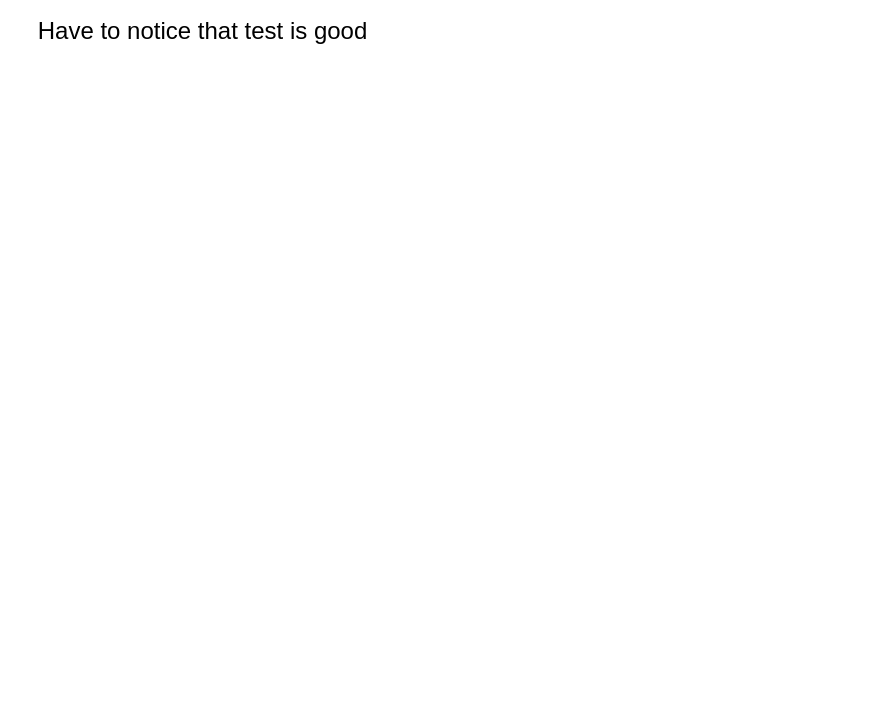
Above: page "Perl test" (2 of 3) of setup.drawio in VidarHUN/test-rtpengine (draw.io), before the change. Source tidied: cells renumbered, new cells numbered last; positions are measured from the earlier drawing's top-left corner, leaving out a move shared by most shapes. Both pictures are drawn from the tidied source at 100%, with x=0, y=0 at pixel (27, 21).
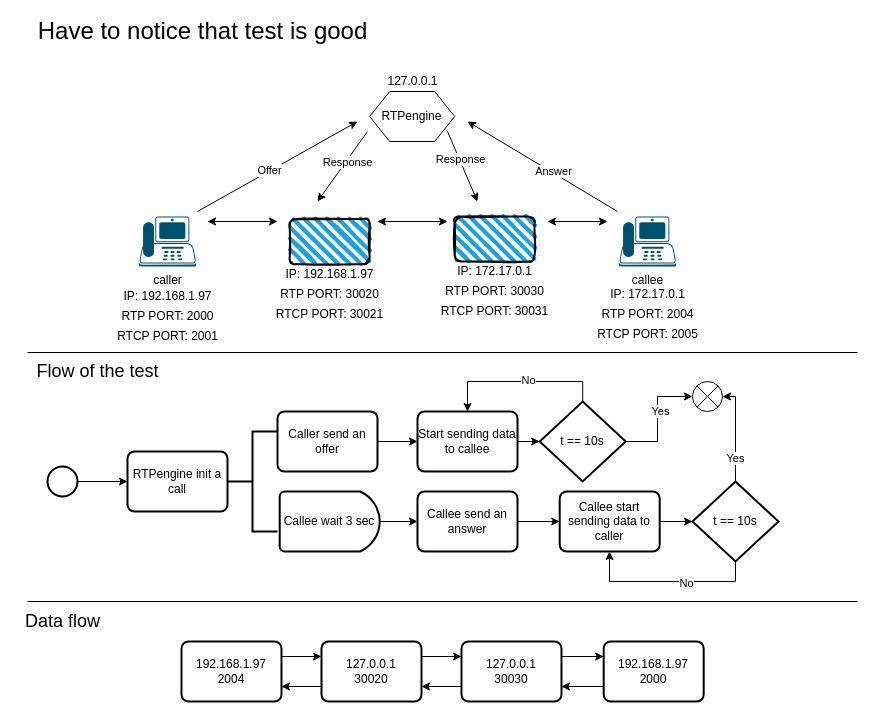
The same diagram, later.

Diff of the diagram source:
```diff
@@
+    <mxCell id="3" value="caller" style="verticalLabelPosition=bottom;html=1;verticalAlign=top;align=center;shape=mxgraph.cisco19.ip_phone;fillColor=#005073;strokeColor=none;" parent="1" vertex="1">
+      <mxGeometry x="111.2" y="195" width="57.5" height="50" as="geometry" />
+    </mxCell>
+    <mxCell id="4" value="callee" style="verticalLabelPosition=bottom;html=1;verticalAlign=top;align=center;shape=mxgraph.cisco19.ip_phone;fillColor=#005073;strokeColor=none;" parent="1" vertex="1">
+      <mxGeometry x="591.2" y="195" width="57.5" height="50" as="geometry" />
+    </mxCell>
+    <mxCell id="5" style="rounded=1;whiteSpace=wrap;html=1;strokeWidth=2;fillWeight=4;hachureGap=8;hachureAngle=45;fillColor=#1ba1e2;sketch=1;" parent="1" vertex="1">
+      <mxGeometry x="262.2" y="197.5" width="80" height="45" as="geometry" />
+    </mxCell>
+    <mxCell id="6" style="rounded=1;whiteSpace=wrap;html=1;strokeWidth=2;fillWeight=4;hachureGap=8;hachureAngle=45;fillColor=#1ba1e2;sketch=1;" parent="1" vertex="1">
+      <mxGeometry x="427.2" y="195" width="80" height="45" as="geometry" />
+    </mxCell>
+    <mxCell id="7" value="IP:&amp;nbsp;192.168.1.97" style="text;html=1;align=center;verticalAlign=middle;" parent="1" vertex="1">
+      <mxGeometry x="90" y="265" width="100" height="20" as="geometry" />
+    </mxCell>
+    <mxCell id="8" value="RTP PORT: 2000" style="text;html=1;align=center;verticalAlign=middle;" parent="1" vertex="1">
+      <mxGeometry x="85" y="285" width="110" height="20" as="geometry" />
+    </mxCell>
+    <mxCell id="9" value="IP: 192.168.1.97" style="text;html=1;align=center;verticalAlign=middle;" parent="1" vertex="1">
+      <mxGeometry x="252.2" y="242.5" width="100" height="20" as="geometry" />
+    </mxCell>
+    <mxCell id="10" value="RTP PORT: 30020" style="text;html=1;align=center;verticalAlign=middle;" parent="1" vertex="1">
+      <mxGeometry x="247.2" y="262.5" width="110" height="20" as="geometry" />
+    </mxCell>
+    <mxCell id="11" value="RTCP PORT: 30021" style="text;html=1;align=center;verticalAlign=middle;" parent="1" vertex="1">
+      <mxGeometry x="242.2" y="282.5" width="120" height="20" as="geometry" />
+    </mxCell>
+    <mxCell id="12" value="RTCP PORT: 2001" style="text;html=1;align=center;verticalAlign=middle;" parent="1" vertex="1">
+      <mxGeometry x="80" y="305" width="120" height="20" as="geometry" />
+    </mxCell>
+    <mxCell id="13" value="IP:&amp;nbsp;172.17.0.1" style="text;html=1;align=center;verticalAlign=middle;" parent="1" vertex="1">
+      <mxGeometry x="575" y="262.5" width="90" height="20" as="geometry" />
+    </mxCell>
+    <mxCell id="14" value="RTP PORT: 2004" style="text;html=1;align=center;verticalAlign=middle;" parent="1" vertex="1">
+      <mxGeometry x="565" y="282.5" width="110" height="20" as="geometry" />
+    </mxCell>
+    <mxCell id="15" value="RTCP PORT: 2005" style="text;html=1;align=center;verticalAlign=middle;" parent="1" vertex="1">
+      <mxGeometry x="560" y="302.5" width="120" height="20" as="geometry" />
+    </mxCell>
+    <mxCell id="16" value="IP:&amp;nbsp;172.17.0.1" style="text;html=1;align=center;verticalAlign=middle;" parent="1" vertex="1">
+      <mxGeometry x="422.2" y="240" width="90" height="20" as="geometry" />
+    </mxCell>
+    <mxCell id="17" value="RTP PORT: 30030" style="text;html=1;align=center;verticalAlign=middle;" parent="1" vertex="1">
+      <mxGeometry x="412.2" y="260" width="110" height="20" as="geometry" />
+    </mxCell>
+    <mxCell id="18" value="RTCP PORT: 30031" style="text;html=1;align=center;verticalAlign=middle;" parent="1" vertex="1">
+      <mxGeometry x="407.2" y="280" width="120" height="20" as="geometry" />
+    </mxCell>
+    <mxCell id="19" value="RTPengine" style="shape=hexagon;perimeter=hexagonPerimeter2;whiteSpace=wrap;html=1;fixedSize=1;" parent="1" vertex="1">
+      <mxGeometry x="342.2" y="70" width="85" height="50" as="geometry" />
+    </mxCell>
+    <mxCell id="20" value="127.0.0.1" style="text;html=1;align=center;verticalAlign=middle;" parent="1" vertex="1">
+      <mxGeometry x="349.8" y="50" width="70" height="20" as="geometry" />
+    </mxCell>
+    <mxCell id="21" style="endArrow=classic;html=1;" parent="1" edge="1">
+      <mxGeometry relative="1" as="geometry">
+        <mxPoint x="170" y="190" as="sourcePoint" />
+        <mxPoint x="330" y="100" as="targetPoint" />
+      </mxGeometry>
+    </mxCell>
+    <mxCell id="22" value="Offer" style="edgeLabel;html=1;align=center;verticalAlign=middle;" parent="21" vertex="1">
+      <mxGeometry x="-0.1" y="1" relative="1" as="geometry" />
+    </mxCell>
+    <mxCell id="23" style="endArrow=classic;html=1;" parent="1" edge="1">
+      <mxGeometry relative="1" as="geometry">
+        <mxPoint x="590" y="190" as="sourcePoint" />
+        <mxPoint x="440" y="100" as="targetPoint" />
+      </mxGeometry>
+    </mxCell>
+    <mxCell id="24" value="Answer" style="edgeLabel;html=1;align=center;verticalAlign=middle;" parent="23" vertex="1">
+      <mxGeometry x="-0.13" y="-2" relative="1" as="geometry" />
+    </mxCell>
+    <mxCell id="25" style="endArrow=classic;html=1;" parent="1" edge="1">
+      <mxGeometry relative="1" as="geometry">
+        <mxPoint x="340" y="110" as="sourcePoint" />
+        <mxPoint x="290" y="180" as="targetPoint" />
+      </mxGeometry>
+    </mxCell>
+    <mxCell id="26" value="Response" style="edgeLabel;html=1;align=center;verticalAlign=middle;" parent="25" vertex="1">
+      <mxGeometry x="0.31" y="2" relative="1" as="geometry">
+        <mxPoint x="10.8" y="-16.6" as="offset" />
+      </mxGeometry>
+    </mxCell>
+    <mxCell id="27" style="endArrow=classic;html=1;" parent="1" edge="1">
+      <mxGeometry relative="1" as="geometry">
+        <mxPoint x="420" y="110" as="sourcePoint" />
+        <mxPoint x="450" y="180" as="targetPoint" />
+      </mxGeometry>
+    </mxCell>
+    <mxCell id="28" value="Response" style="edgeLabel;html=1;align=center;verticalAlign=middle;" parent="27" vertex="1">
+      <mxGeometry x="0.45" y="-2" relative="1" as="geometry">
+        <mxPoint x="-7.8" y="-24.1" as="offset" />
+      </mxGeometry>
+    </mxCell>
+    <mxCell id="29" style="endArrow=classic;startArrow=classic;html=1;" parent="1" edge="1">
+      <mxGeometry relative="1" as="geometry">
+        <mxPoint x="180" y="200" as="sourcePoint" />
+        <mxPoint x="250" y="200" as="targetPoint" />
+      </mxGeometry>
+    </mxCell>
+    <mxCell id="30" style="endArrow=classic;startArrow=classic;html=1;" parent="1" edge="1">
+      <mxGeometry relative="1" as="geometry">
+        <mxPoint x="520" y="200" as="sourcePoint" />
+        <mxPoint x="580" y="200" as="targetPoint" />
+      </mxGeometry>
+    </mxCell>
+    <mxCell id="31" style="endArrow=classic;startArrow=classic;html=1;" parent="1" edge="1">
+      <mxGeometry relative="1" as="geometry">
+        <mxPoint x="350" y="200" as="sourcePoint" />
+        <mxPoint x="420" y="200" as="targetPoint" />
+      </mxGeometry>
+    </mxCell>
+    <mxCell id="32" style="rounded=0;jettySize=auto;html=1;" parent="1" edge="1" source="33" target="35">
+      <mxGeometry relative="1" as="geometry" />
+    </mxCell>
+    <mxCell id="33" value="Caller send an offer" style="rounded=1;whiteSpace=wrap;html=1;absoluteArcSize=1;arcSize=14;strokeWidth=2;" parent="1" vertex="1">
+      <mxGeometry x="250" y="390" width="100" height="60" as="geometry" />
+    </mxCell>
+    <mxCell id="34" style="edgeStyle=none;rounded=0;jettySize=auto;html=1;" parent="1" edge="1" source="35" target="52">
+      <mxGeometry relative="1" as="geometry" />
+    </mxCell>
+    <mxCell id="35" value="Start sending data to callee" style="rounded=1;whiteSpace=wrap;html=1;absoluteArcSize=1;arcSize=14;strokeWidth=2;" parent="1" vertex="1">
+      <mxGeometry x="390" y="390" width="100" height="60" as="geometry" />
+    </mxCell>
+    <mxCell id="36" style="edgeStyle=none;rounded=0;jettySize=auto;html=1;" parent="1" edge="1" source="46" target="38">
+      <mxGeometry relative="1" as="geometry" />
+    </mxCell>
+    <mxCell id="37" style="edgeStyle=none;rounded=0;jettySize=auto;html=1;" parent="1" edge="1" source="38" target="40">
+      <mxGeometry relative="1" as="geometry" />
+    </mxCell>
+    <mxCell id="38" value="Callee send an answer" style="rounded=1;whiteSpace=wrap;html=1;absoluteArcSize=1;arcSize=14;strokeWidth=2;" parent="1" vertex="1">
+      <mxGeometry x="390" y="470" width="100" height="60" as="geometry" />
+    </mxCell>
+    <mxCell id="39" style="edgeStyle=orthogonalEdgeStyle;rounded=0;jettySize=auto;html=1;" parent="1" edge="1" source="40" target="57">
+      <mxGeometry relative="1" as="geometry" />
+    </mxCell>
+    <mxCell id="40" value="Callee start sending data to caller" style="rounded=1;whiteSpace=wrap;html=1;absoluteArcSize=1;arcSize=14;strokeWidth=2;" parent="1" vertex="1">
+      <mxGeometry x="532.2" y="470" width="100" height="60" as="geometry" />
+    </mxCell>
+    <mxCell id="41" style="strokeWidth=2;html=1;shape=mxgraph.flowchart.annotation_2;align=left;labelPosition=right;" parent="1" vertex="1">
+      <mxGeometry x="200" y="410" width="50" height="100" as="geometry" />
+    </mxCell>
+    <mxCell id="42" value="RTPengine init a call" style="rounded=1;whiteSpace=wrap;html=1;absoluteArcSize=1;arcSize=14;strokeWidth=2;" parent="1" vertex="1">
+      <mxGeometry x="100" y="430" width="100" height="60" as="geometry" />
+    </mxCell>
+    <mxCell id="43" style="edgeStyle=none;rounded=0;jettySize=auto;html=1;" parent="1" edge="1" source="44" target="42">
+      <mxGeometry relative="1" as="geometry" />
+    </mxCell>
+    <mxCell id="44" style="strokeWidth=2;html=1;shape=mxgraph.flowchart.start_2;whiteSpace=wrap;" parent="1" vertex="1">
+      <mxGeometry x="20" y="445" width="30" height="30" as="geometry" />
+    </mxCell>
+    <mxCell id="45" style="endArrow=none;html=1;" parent="1" edge="1">
+      <mxGeometry relative="1" as="geometry">
+        <mxPoint y="331" as="sourcePoint" />
+        <mxPoint x="830" y="331" as="targetPoint" />
+      </mxGeometry>
+    </mxCell>
+    <mxCell id="46" value="Callee wait 3 sec" style="strokeWidth=2;html=1;shape=mxgraph.flowchart.delay;whiteSpace=wrap;" parent="1" vertex="1">
+      <mxGeometry x="252.2" y="470" width="100" height="60" as="geometry" />
+    </mxCell>
+    <mxCell id="47" style="verticalLabelPosition=bottom;verticalAlign=top;html=1;shape=mxgraph.flowchart.or;" parent="1" vertex="1">
+      <mxGeometry x="665" y="360" width="30" height="30" as="geometry" />
+    </mxCell>
+    <mxCell id="48" style="edgeStyle=orthogonalEdgeStyle;rounded=0;jettySize=auto;html=1;" parent="1" edge="1" source="52" target="35">
+      <mxGeometry relative="1" as="geometry">
+        <Array as="points">
+          <mxPoint x="555" y="360" />
+          <mxPoint x="440" y="360" />
+        </Array>
+      </mxGeometry>
+    </mxCell>
+    <mxCell id="49" value="No" style="edgeLabel;html=1;align=center;verticalAlign=middle;" parent="48" vertex="1">
+      <mxGeometry x="-0.61" y="-3" relative="1" as="geometry">
+        <mxPoint x="-42.8" y="1" as="offset" />
+      </mxGeometry>
+    </mxCell>
+    <mxCell id="50" style="edgeStyle=orthogonalEdgeStyle;rounded=0;jettySize=auto;html=1;" parent="1" edge="1" source="52" target="47">
+      <mxGeometry relative="1" as="geometry">
+        <Array as="points">
+          <mxPoint x="630" y="420" />
+          <mxPoint x="630" y="375" />
+        </Array>
+      </mxGeometry>
+    </mxCell>
+    <mxCell id="51" value="Yes" style="edgeLabel;html=1;align=center;verticalAlign=middle;" parent="50" vertex="1">
+      <mxGeometry x="0.3" relative="1" as="geometry">
+        <mxPoint x="2.2" y="10.8" as="offset" />
+      </mxGeometry>
+    </mxCell>
+    <mxCell id="52" value="t == 10s" style="strokeWidth=2;html=1;shape=mxgraph.flowchart.decision;whiteSpace=wrap;" parent="1" vertex="1">
+      <mxGeometry x="512.2" y="380" width="86" height="80" as="geometry" />
+    </mxCell>
+    <mxCell id="53" style="edgeStyle=orthogonalEdgeStyle;rounded=0;jettySize=auto;html=1;" parent="1" edge="1" source="57" target="40">
+      <mxGeometry relative="1" as="geometry">
+        <Array as="points">
+          <mxPoint x="708" y="560" />
+          <mxPoint x="582" y="560" />
+        </Array>
+      </mxGeometry>
+    </mxCell>
+    <mxCell id="54" value="No" style="edgeLabel;html=1;align=center;verticalAlign=middle;" parent="53" vertex="1">
+      <mxGeometry x="-0.2" y="1" relative="1" as="geometry" />
+    </mxCell>
+    <mxCell id="55" style="edgeStyle=orthogonalEdgeStyle;rounded=0;jettySize=auto;html=1;" parent="1" edge="1" source="57" target="47">
+      <mxGeometry relative="1" as="geometry">
+        <Array as="points">
+          <mxPoint x="708" y="375" />
+        </Array>
+      </mxGeometry>
+    </mxCell>
+    <mxCell id="56" value="Yes" style="edgeLabel;html=1;align=center;verticalAlign=middle;" parent="55" vertex="1">
+      <mxGeometry x="-0.51" y="1" relative="1" as="geometry" />
+    </mxCell>
+    <mxCell id="57" value="t == 10s" style="strokeWidth=2;html=1;shape=mxgraph.flowchart.decision;whiteSpace=wrap;" parent="1" vertex="1">
+      <mxGeometry x="665" y="460" width="86" height="80" as="geometry" />
+    </mxCell>
+    <mxCell id="58" style="endArrow=none;html=1;" parent="1" edge="1">
+      <mxGeometry relative="1" as="geometry">
+        <mxPoint y="580" as="sourcePoint" />
+        <mxPoint x="830" y="580" as="targetPoint" />
+      </mxGeometry>
+    </mxCell>
+    <mxCell id="59" value="&lt;font style=&quot;font-size: 18px&quot;&gt;Flow of the test&lt;/font&gt;" style="text;html=1;align=center;verticalAlign=middle;" parent="1" vertex="1">
+      <mxGeometry y="340" width="140" height="20" as="geometry" />
+    </mxCell>
+    <mxCell id="60" value="192.168.1.97&lt;br&gt;2004" style="rounded=1;whiteSpace=wrap;html=1;absoluteArcSize=1;arcSize=14;strokeWidth=2;" parent="1" vertex="1">
+      <mxGeometry x="154" y="620" width="100" height="60" as="geometry" />
+    </mxCell>
+    <mxCell id="61" value="127.0.0.1&lt;br&gt;30020" style="rounded=1;whiteSpace=wrap;html=1;absoluteArcSize=1;arcSize=14;strokeWidth=2;" parent="1" vertex="1">
+      <mxGeometry x="294" y="620" width="100" height="60" as="geometry" />
+    </mxCell>
+    <mxCell id="62" value="127.0.0.1&lt;br&gt;30030" style="rounded=1;whiteSpace=wrap;html=1;absoluteArcSize=1;arcSize=14;strokeWidth=2;" parent="1" vertex="1">
+      <mxGeometry x="434" y="620" width="100" height="60" as="geometry" />
+    </mxCell>
+    <mxCell id="63" value="192.168.1.97&lt;br&gt;2000" style="rounded=1;whiteSpace=wrap;html=1;absoluteArcSize=1;arcSize=14;strokeWidth=2;" parent="1" vertex="1">
+      <mxGeometry x="576.2" y="620" width="100" height="60" as="geometry" />
+    </mxCell>
+    <mxCell id="64" style="endArrow=classic;html=1;exitX=1;exitY=0.25;exitDx=0;exitDy=0;entryX=0;entryY=0.25;entryDx=0;entryDy=0;" parent="1" edge="1" source="60" target="61">
+      <mxGeometry relative="1" as="geometry" />
+    </mxCell>
+    <mxCell id="65" style="endArrow=classic;html=1;exitX=1;exitY=0.25;exitDx=0;exitDy=0;entryX=0;entryY=0.25;entryDx=0;entryDy=0;" parent="1" edge="1" source="61" target="62">
+      <mxGeometry relative="1" as="geometry" />
+    </mxCell>
+    <mxCell id="66" style="endArrow=classic;html=1;exitX=1;exitY=0.25;exitDx=0;exitDy=0;entryX=0;entryY=0.25;entryDx=0;entryDy=0;" parent="1" edge="1" source="62" target="63">
+      <mxGeometry relative="1" as="geometry" />
+    </mxCell>
+    <mxCell id="67" style="endArrow=classic;html=1;entryX=1;entryY=0.75;entryDx=0;entryDy=0;exitX=0;exitY=0.75;exitDx=0;exitDy=0;" parent="1" edge="1" source="63" target="62">
+      <mxGeometry relative="1" as="geometry" />
+    </mxCell>
+    <mxCell id="68" style="endArrow=classic;html=1;entryX=1;entryY=0.75;entryDx=0;entryDy=0;exitX=0;exitY=0.75;exitDx=0;exitDy=0;" parent="1" edge="1" source="62" target="61">
+      <mxGeometry relative="1" as="geometry" />
+    </mxCell>
+    <mxCell id="69" style="endArrow=classic;html=1;entryX=1;entryY=0.75;entryDx=0;entryDy=0;exitX=0;exitY=0.75;exitDx=0;exitDy=0;" parent="1" edge="1" source="61" target="60">
+      <mxGeometry relative="1" as="geometry" />
+    </mxCell>
+    <mxCell id="70" value="&lt;font style=&quot;font-size: 18px&quot;&gt;Data flow&lt;/font&gt;" style="text;html=1;align=center;verticalAlign=middle;" parent="1" vertex="1">
+      <mxGeometry x="-10" y="590" width="90" height="20" as="geometry" />
+    </mxCell>
```
